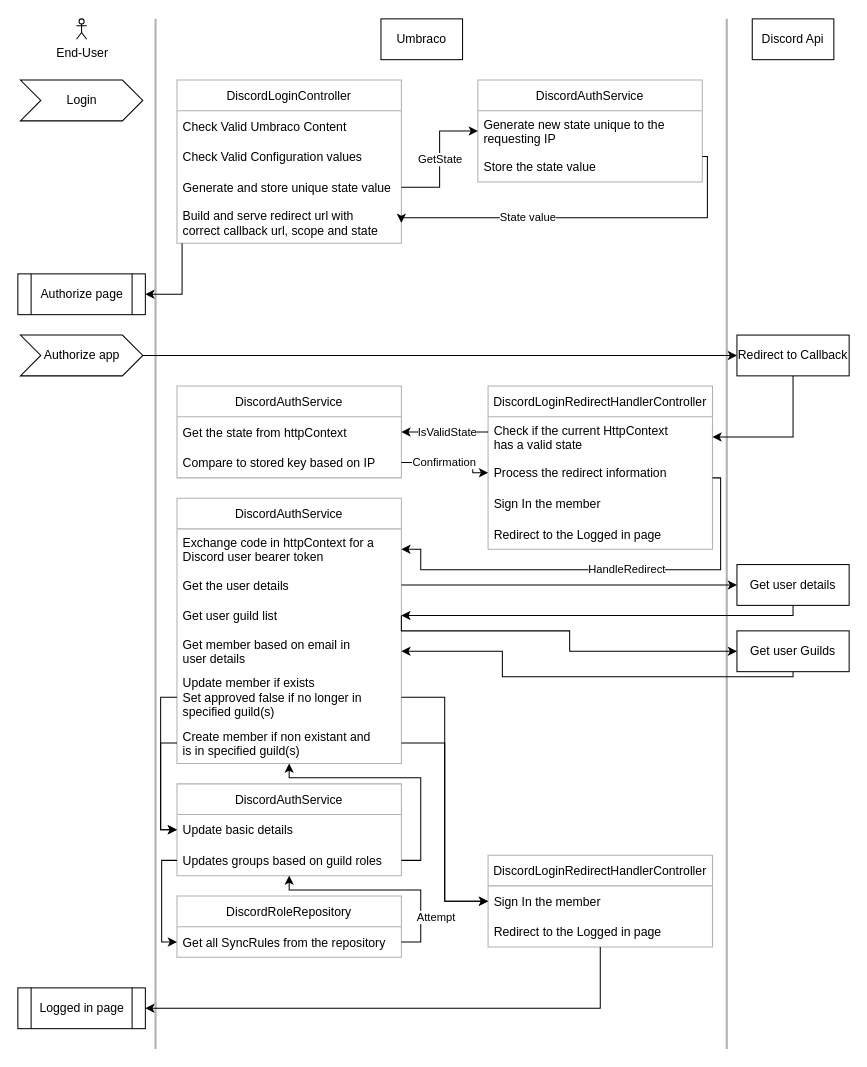
Before: page "OAuth Full" (2 of 2) of Design/Diagrams.drawio in Migaroez/UmbracoDiscord, a draw.io diagram. Source tidied: cells renumbered, new cells numbered last; positions are measured from the earlier drawing's top-left corner, leaving out a move shared by most shapes. Both pictures are drawn from the tidied source at 102%, with x=0, y=0 at pixel (17, 18).
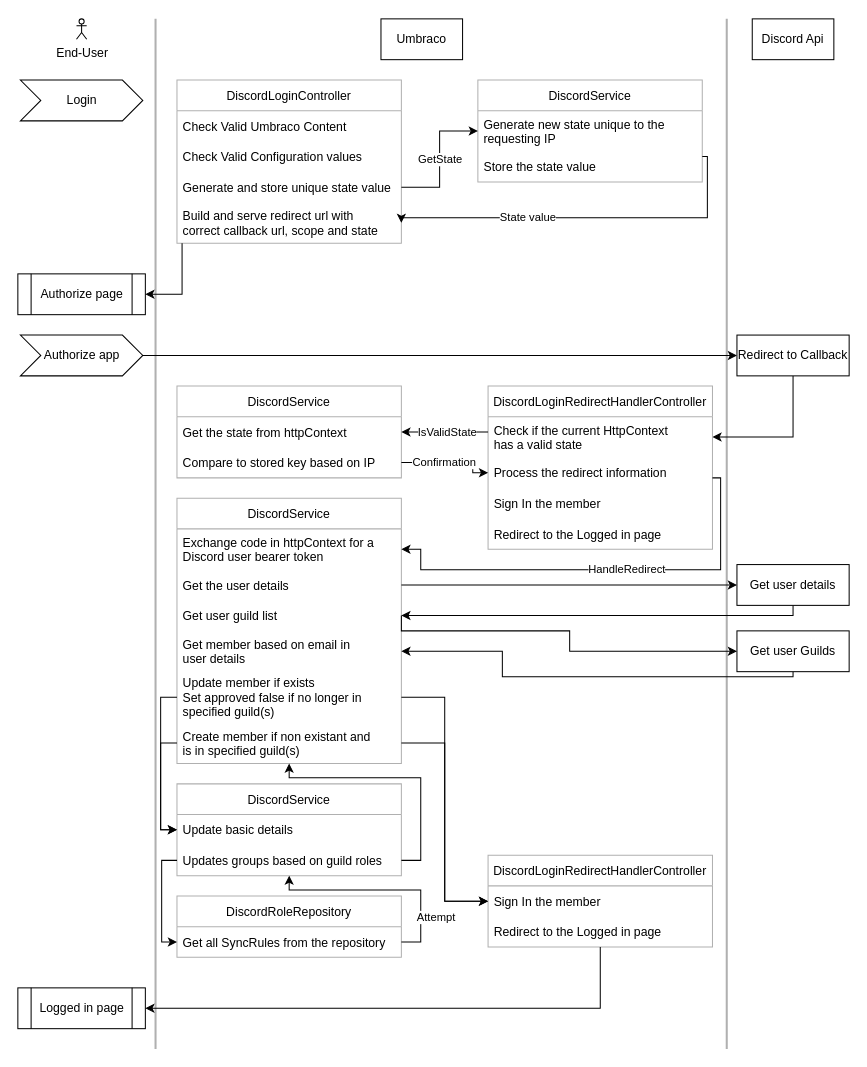
After the change.

What changed in the source:
```diff
@@
-    <mxCell id="20" value="DiscordAuthService" style="swimlane;fontStyle=0;horizontal=1;startSize=30;strokeColor=#B0B0B0;" parent="1" vertex="1">
+    <mxCell id="20" value="DiscordService" style="swimlane;fontStyle=0;horizontal=1;startSize=30;strokeColor=#B0B0B0;" parent="1" vertex="1">
       <mxGeometry x="451" y="60" width="220" height="100" as="geometry" />
     </mxCell>
@@
-    <mxCell id="31" value="DiscordAuthService" style="swimlane;fontStyle=0;horizontal=1;startSize=30;strokeColor=#B0B0B0;" parent="1" vertex="1">
+    <mxCell id="31" value="DiscordService" style="swimlane;fontStyle=0;horizontal=1;startSize=30;strokeColor=#B0B0B0;" parent="1" vertex="1">
       <mxGeometry x="156" y="360" width="220" height="90" as="geometry" />
     </mxCell>
@@
-    <mxCell id="36" value="DiscordAuthService" style="swimlane;fontStyle=0;horizontal=1;startSize=30;strokeColor=#B0B0B0;" parent="1" vertex="1">
+    <mxCell id="36" value="DiscordService" style="swimlane;fontStyle=0;horizontal=1;startSize=30;strokeColor=#B0B0B0;" parent="1" vertex="1">
       <mxGeometry x="156" y="470" width="220" height="260" as="geometry" />
     </mxCell>
@@
-    <mxCell id="46" value="DiscordAuthService" style="swimlane;fontStyle=0;horizontal=1;startSize=30;strokeColor=#B0B0B0;" parent="1" vertex="1">
+    <mxCell id="46" value="DiscordService" style="swimlane;fontStyle=0;horizontal=1;startSize=30;strokeColor=#B0B0B0;" parent="1" vertex="1">
       <mxGeometry x="156" y="750" width="220" height="90" as="geometry" />
     </mxCell>
```
